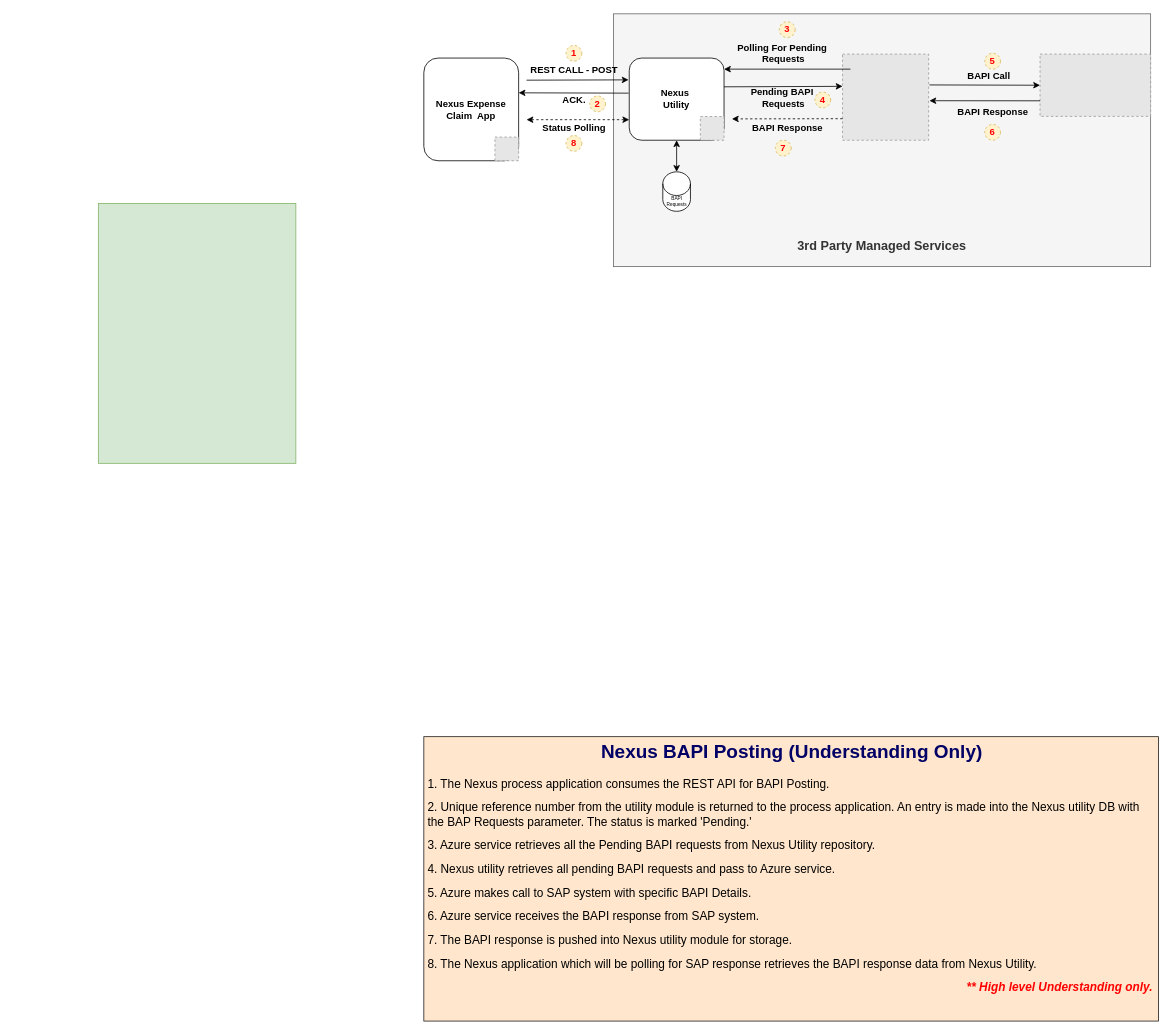
Before: page "BAPI Posting" (2 of 2) of Nexus 4.0 Consulting.drawio in karthiksm2703siemens/Nexus-4.0-Diagrams, a draw.io diagram. Source tidied: cells renumbered, new cells numbered last; positions are measured from the earlier drawing's top-left corner, leaving out a move shared by most shapes. Both pictures are drawn from the tidied source at 79%, with x=0, y=0 at pixel (98, 13). Pictures stored in the file or linked from it are replaced by grey dashed boxes.
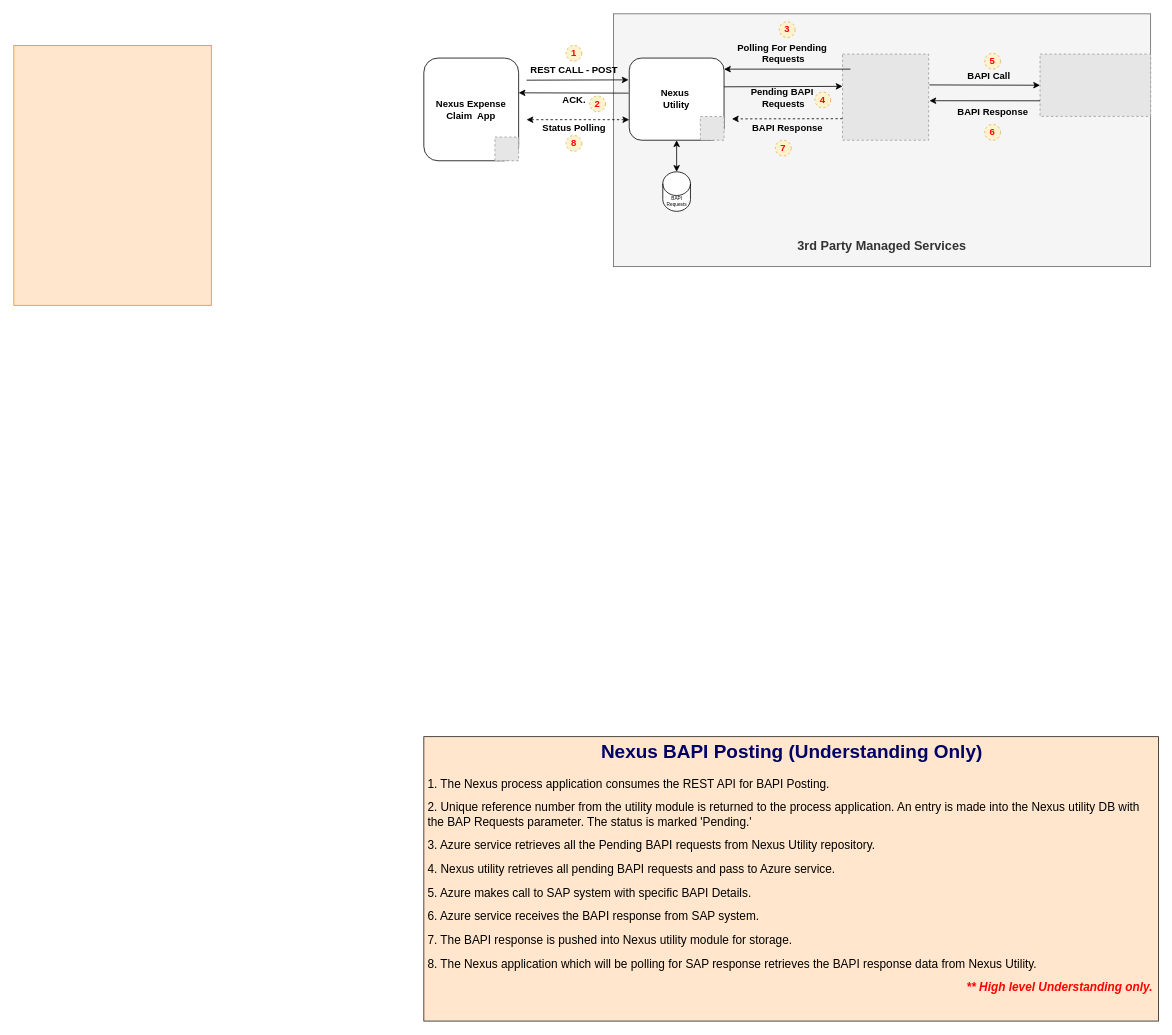
The same page after the edit.

Change to the diagram source:
```diff
@@
-    <mxCell id="2" value="&lt;div&gt;&lt;br&gt;&lt;/div&gt;" style="rounded=0;whiteSpace=wrap;html=1;fillColor=#d5e8d4;strokeColor=#82b366;" parent="1" vertex="1">
-      <mxGeometry y="240" width="250" height="329" as="geometry" />
+    <mxCell id="2" value="&lt;div&gt;&lt;br&gt;&lt;/div&gt;" style="rounded=0;whiteSpace=wrap;html=1;fillColor=#ffe6cc;strokeColor=#d79b00;" parent="1" vertex="1">
+      <mxGeometry x="-107" y="40" width="250" height="329" as="geometry" />
     </mxCell>
```
